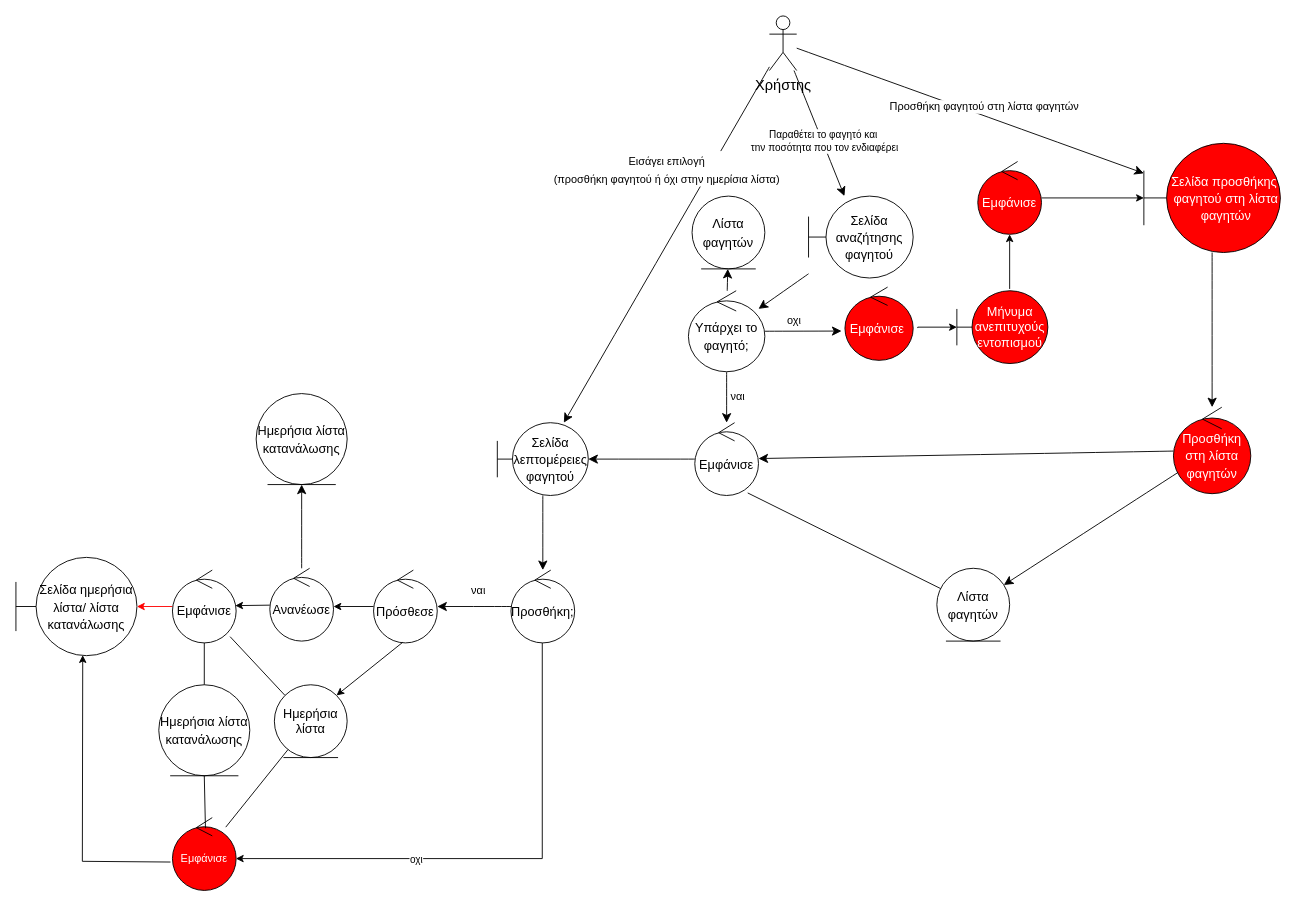
Before: ΤΕΤΑΡΤΟ ΠΑΡΑΔΟΤΕΟ/Διορθώσεις προηγούμενων παραδοτέων/Καινούργια robustness/rd_αναζητηση_προσθηκη_φαγητου_v0.2.drawio in Dionkaps/Eu-Zin, a draw.io diagram. Source tidied: cells renumbered, new cells numbered last; positions are measured from the earlier drawing's top-left corner, leaving out a move shared by most shapes. Both pictures are drawn from the tidied source at 91%, with x=0, y=0 at pixel (15, 15).
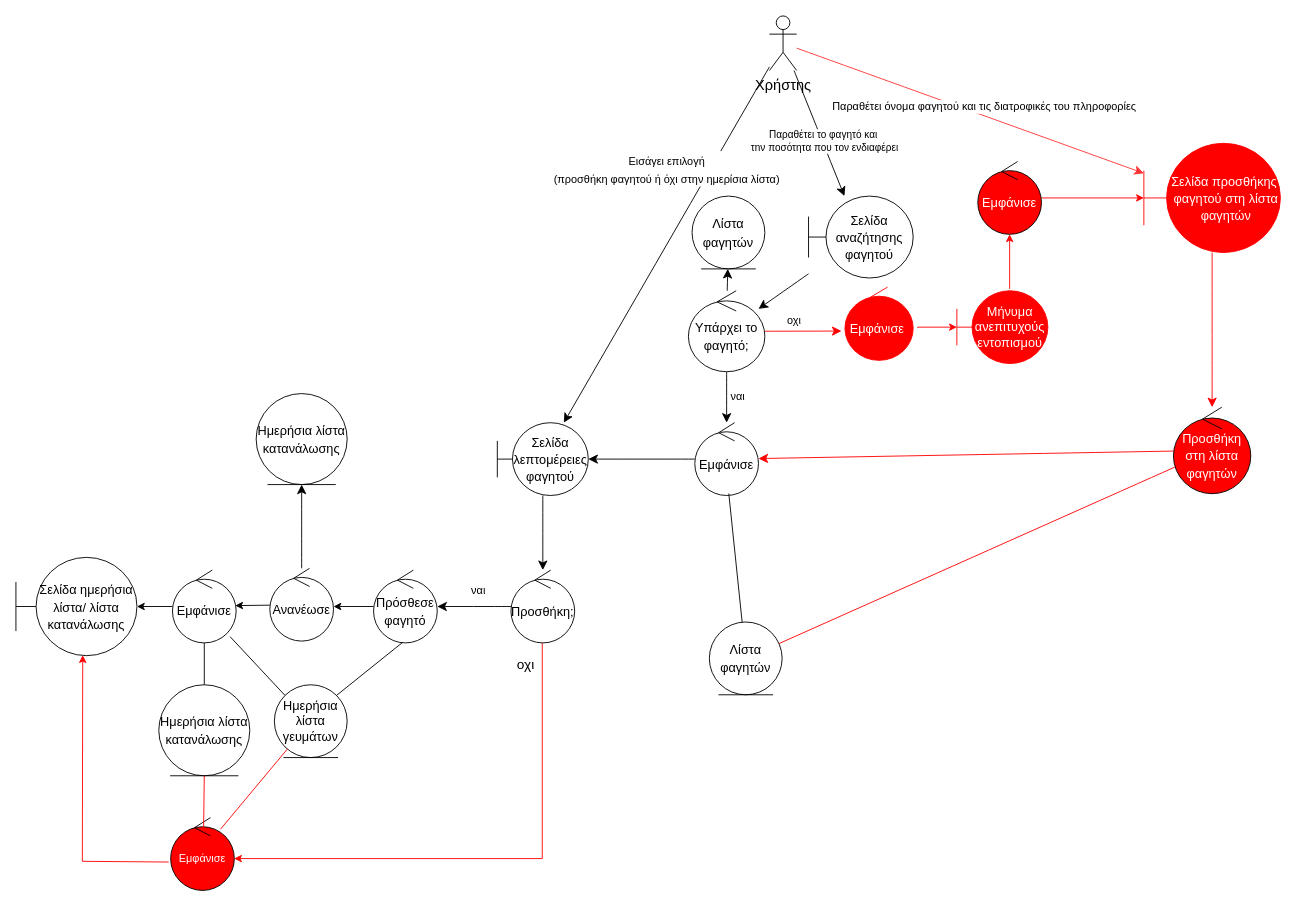
The same diagram, later.

The change refers to these unchanged cells:
```xml
<mxCell id="8" value="Χρήστης" style="shape=umlActor;verticalLabelPosition=bottom;verticalAlign=top;html=1;fontSize=16;fontColor=#000000;" parent="1" vertex="1">
  <mxGeometry x="828" width="30" height="60" as="geometry" />
</mxCell>
<mxCell id="14" value="&lt;font style=&quot;font-size: 14px;&quot;&gt;Υπάρχει το φαγητό;&lt;/font&gt;" style="ellipse;shape=umlControl;whiteSpace=wrap;html=1;fontSize=16;strokeColor=#000000;fontColor=#000000;" parent="1" vertex="1">
  <mxGeometry x="739" y="302" width="84" height="89" as="geometry" />
</mxCell>
<mxCell id="16" value="&lt;font style=&quot;font-size: 14px;&quot;&gt;Εμφάνισε&lt;/font&gt;" style="ellipse;shape=umlControl;whiteSpace=wrap;html=1;fontSize=16;strokeColor=#000000;fontColor=#000000;" parent="1" vertex="1">
  <mxGeometry x="746" y="447" width="70" height="80" as="geometry" />
</mxCell>
<mxCell id="26" value="&lt;font style=&quot;font-size: 14px;&quot;&gt;Σελίδα ημερήσια λίστα/ λίστα κατανάλωσης&lt;/font&gt;" style="shape=umlBoundary;whiteSpace=wrap;html=1;fontSize=16;strokeColor=#000000;fontColor=#000000;" parent="1" vertex="1">
  <mxGeometry y="595" width="133" height="108" as="geometry" />
</mxCell>
<mxCell id="33" value="&lt;font style=&quot;font-size: 14px;&quot;&gt;Προσθήκη στη λίστα φαγητών&lt;/font&gt;" style="ellipse;shape=umlControl;whiteSpace=wrap;html=1;fontSize=16;fontColor=#FFFFFF;fillColor=#FF0000;" parent="1" vertex="1">
  <mxGeometry x="1272" y="430" width="85" height="95" as="geometry" />
</mxCell>
<mxCell id="36" value="&lt;font style=&quot;font-size: 14px;&quot;&gt;Εμφάνισε&lt;/font&gt;" style="ellipse;shape=umlControl;whiteSpace=wrap;html=1;strokeColor=#000000;fontColor=#000000;" parent="1" vertex="1">
  <mxGeometry x="172" y="609" width="70" height="80" as="geometry" />
</mxCell>
<mxCell id="40" value="&lt;font style=&quot;font-size: 14px;&quot;&gt;Εμφάνισε&lt;/font&gt;" style="ellipse;shape=umlControl;whiteSpace=wrap;html=1;fontColor=#FFFFFF;fillColor=#FF0000;" parent="1" vertex="1">
  <mxGeometry x="1057" y="160" width="70" height="80" as="geometry" />
</mxCell>
<mxCell id="52" value="&lt;font style=&quot;font-size: 14px;&quot;&gt;Ημερήσια λίστα κατανάλωσης&lt;/font&gt;" style="ellipse;shape=umlEntity;whiteSpace=wrap;html=1;fontSize=16;strokeColor=#000000;fontColor=#000000;" parent="1" vertex="1">
  <mxGeometry x="157" y="735" width="100" height="100" as="geometry" />
</mxCell>
```

The edit, as a diff of the source:
```diff
@@
-    <mxCell id="2" style="edgeStyle=none;curved=1;rounded=0;jettySize=auto;html=1;fontSize=13;startSize=8;endSize=8;fontColor=#000000;strokeColor=#000000;" parent="1" edge="1" source="8" target="30">
+    <mxCell id="2" style="edgeStyle=none;curved=1;rounded=0;jettySize=auto;html=1;fontSize=13;startSize=8;endSize=8;fontColor=#000000;strokeColor=#FF3333;" parent="1" edge="1" source="8" target="30">
       <mxGeometry x="0.53" y="64" relative="1" as="geometry" />
     </mxCell>
-    <mxCell id="3" value="&lt;font style=&quot;font-size: 12px;&quot;&gt;Προσθήκη φαγητού στη λίστα φαγητών&lt;/font&gt;" style="edgeLabel;html=1;align=center;verticalAlign=middle;rotation=0;fontColor=#000000;" parent="2" vertex="1">
+    <mxCell id="3" value="&lt;font style=&quot;font-size: 12px;&quot;&gt;Παραθέτει όνομα φαγητού και τις διατροφικές του πληροφορίες&lt;/font&gt;" style="edgeLabel;html=1;align=center;verticalAlign=middle;rotation=0;fontColor=#000000;" parent="2" vertex="1">
       <mxGeometry x="0.34" y="-2" relative="1" as="geometry">
         <mxPoint x="-50" y="-30" as="offset" />
       </mxGeometry>
     </mxCell>
@@
-    <mxCell id="13" value="&lt;font style=&quot;font-size: 12px;&quot;&gt;οχι&lt;/font&gt;" style="edgeStyle=none;curved=1;rounded=0;jettySize=auto;html=1;fontSize=12;startSize=8;endSize=8;entryX=-0.05;entryY=0.6;entryDx=0;entryDy=0;entryPerimeter=0;fontColor=#000000;" parent="1" edge="1" source="14" target="28">
+    <mxCell id="13" value="&lt;font style=&quot;font-size: 12px;&quot;&gt;οχι&lt;/font&gt;" style="edgeStyle=none;curved=1;rounded=0;jettySize=auto;html=1;fontSize=12;startSize=8;endSize=8;entryX=-0.05;entryY=0.6;entryDx=0;entryDy=0;entryPerimeter=0;fontColor=#000000;strokeColor=#FF0000;" parent="1" edge="1" source="14" target="28">
       <mxGeometry x="-0.23" y="11" relative="1" as="geometry" />
     </mxCell>
@@
-    <mxCell id="21" style="edgeStyle=orthogonalEdgeStyle;rounded=0;jettySize=auto;html=1;strokeColor=#000000;fontColor=#000000;endArrow=classic;endFill=1;" parent="1" edge="1" target="49">
+    <mxCell id="21" style="edgeStyle=orthogonalEdgeStyle;rounded=0;jettySize=auto;html=1;strokeColor=#FF0000;fontColor=#000000;endArrow=classic;endFill=1;" parent="1" edge="1" target="49">
       <mxGeometry relative="1" as="geometry">
         <mxPoint x="578.4" y="689" as="sourcePoint" />
         <Array as="points">
           <mxPoint x="578" y="926" />
         </Array>
       </mxGeometry>
     </mxCell>
-    <mxCell id="22" value="οχι" style="edgeLabel;html=1;align=center;verticalAlign=middle;fontColor=#000000;" parent="21" vertex="1">
+    <mxCell id="22" value="οχι" style="edgeLabel;html=1;align=center;verticalAlign=middle;fontColor=#000000;fontSize=15;" parent="21" vertex="1">
       <mxGeometry x="-0.11" y="-1" relative="1" as="geometry">
-        <mxPoint x="-121" y="1" as="offset" />
+        <mxPoint y="-214" as="offset" />
       </mxGeometry>
     </mxCell>
@@
-    <mxCell id="25" value="&lt;font style=&quot;font-size: 14px;&quot;&gt;Πρόσθεσε&lt;/font&gt;" style="ellipse;shape=umlControl;whiteSpace=wrap;html=1;fontSize=16;strokeColor=#000000;fontColor=#000000;" parent="1" vertex="1">
+    <mxCell id="25" value="&lt;font style=&quot;font-size: 14px;&quot;&gt;Πρόσθεσε φαγητό&lt;/font&gt;" style="ellipse;shape=umlControl;whiteSpace=wrap;html=1;fontSize=16;strokeColor=#000000;fontColor=#000000;" parent="1" vertex="1">
       <mxGeometry x="393" y="609" width="70" height="80" as="geometry" />
     </mxCell>
@@
-    <mxCell id="27" style="edgeStyle=orthogonalEdgeStyle;rounded=0;jettySize=auto;html=1;fontColor=#000000;" parent="1" edge="1" target="38">
+    <mxCell id="27" style="edgeStyle=orthogonalEdgeStyle;rounded=0;jettySize=auto;html=1;fontColor=#000000;strokeColor=#FF0000;" parent="1" edge="1" target="38">
       <mxGeometry relative="1" as="geometry">
         <mxPoint x="991" y="343" as="sourcePoint" />
         <Array as="points">
           <mxPoint x="991" y="342" />
         </Array>
       </mxGeometry>
     </mxCell>
-    <mxCell id="28" value="&lt;font style=&quot;font-size: 14px;&quot;&gt;Εμφάνισε&amp;nbsp;&lt;/font&gt;" style="ellipse;shape=umlControl;whiteSpace=wrap;html=1;fontSize=16;fontColor=#FFFFFF;fillColor=#FF0000;" parent="1" vertex="1">
+    <mxCell id="28" value="&lt;font style=&quot;font-size: 14px;&quot;&gt;Εμφάνισε&amp;nbsp;&lt;/font&gt;" style="ellipse;shape=umlControl;whiteSpace=wrap;html=1;fontSize=16;fontColor=#FFFFFF;fillColor=#FF0000;strokeColor=#FF0000;" parent="1" vertex="1">
       <mxGeometry x="911" y="298" width="75" height="80.5" as="geometry" />
     </mxCell>
-    <mxCell id="29" style="edgeStyle=none;curved=1;rounded=0;jettySize=auto;html=1;fontSize=12;startSize=8;endSize=8;fontColor=#000000;" parent="1" edge="1" source="30" target="33">
+    <mxCell id="29" style="edgeStyle=none;curved=1;rounded=0;jettySize=auto;html=1;fontSize=12;startSize=8;endSize=8;fontColor=#000000;strokeColor=#FF0000;" parent="1" edge="1" source="30" target="33">
       <mxGeometry relative="1" as="geometry" />
     </mxCell>
-    <mxCell id="30" value="&lt;font style=&quot;font-size: 14px;&quot;&gt;Σελίδα προσθήκης&amp;nbsp; φαγητού στη λίστα φαγητών&lt;/font&gt;" style="shape=umlBoundary;fontSize=16;html=1;whiteSpace=wrap;horizontal=1;labelBackgroundColor=none;labelBorderColor=none;spacingTop=0;spacing=0;spacingRight=0;spacingLeft=5;fontColor=#FFFFFF;fillColor=#FF0000;" parent="1" vertex="1">
+    <mxCell id="30" value="&lt;font style=&quot;font-size: 14px;&quot;&gt;Σελίδα προσθήκης&amp;nbsp; φαγητού στη λίστα φαγητών&lt;/font&gt;" style="shape=umlBoundary;fontSize=16;html=1;whiteSpace=wrap;horizontal=1;labelBackgroundColor=none;labelBorderColor=none;spacingTop=0;spacing=0;spacingRight=0;spacingLeft=5;fontColor=#FFFFFF;fillColor=#FF0000;strokeColor=#FF0000;" parent="1" vertex="1">
       <mxGeometry x="1239.5" y="140" width="150" height="120" as="geometry" />
     </mxCell>
-    <mxCell id="31" style="edgeStyle=none;curved=1;rounded=0;jettySize=auto;html=1;fontSize=12;startSize=8;endSize=8;fontColor=#000000;" parent="1" edge="1" source="33" target="34">
+    <mxCell id="31" style="edgeStyle=none;curved=1;rounded=0;jettySize=auto;html=1;fontSize=12;startSize=8;endSize=8;fontColor=#000000;strokeColor=#FF0000;endArrow=none;endFill=0;" parent="1" edge="1" source="33" target="34">
       <mxGeometry relative="1" as="geometry" />
     </mxCell>
-    <mxCell id="32" style="edgeStyle=none;curved=1;rounded=0;jettySize=auto;html=1;fontSize=12;startSize=8;endSize=8;fontColor=#000000;" parent="1" edge="1" source="33" target="16">
+    <mxCell id="32" style="edgeStyle=none;curved=1;rounded=0;jettySize=auto;html=1;fontSize=12;startSize=8;endSize=8;fontColor=#000000;strokeColor=#FF0000;" parent="1" edge="1" source="33" target="16">
       <mxGeometry relative="1" as="geometry" />
     </mxCell>
@@
-    <mxCell id="34" value="&lt;font style=&quot;font-size: 14px;&quot;&gt;Λίστα φαγητών&lt;/font&gt;" style="ellipse;shape=umlEntity;whiteSpace=wrap;html=1;fontSize=16;fontColor=#000000;" parent="1" vertex="1">
-      <mxGeometry x="1012" y="607" width="80" height="80" as="geometry" />
+    <mxCell id="34" value="&lt;font style=&quot;font-size: 14px;&quot;&gt;Λίστα φαγητών&lt;/font&gt;" style="ellipse;shape=umlEntity;whiteSpace=wrap;html=1;fontSize=16;fontColor=#000000;strokeColor=#000000;" parent="1" vertex="1">
+      <mxGeometry x="762" y="666" width="80" height="80" as="geometry" />
     </mxCell>
-    <mxCell id="35" style="rounded=0;jettySize=auto;html=1;strokeColor=#FF0000;fontColor=#000000;" parent="1" edge="1" source="36" target="26">
+    <mxCell id="35" style="rounded=0;jettySize=auto;html=1;strokeColor=#000000;fontColor=#000000;" parent="1" edge="1" source="36" target="26">
       <mxGeometry relative="1" as="geometry" />
     </mxCell>
@@
-    <mxCell id="37" style="rounded=0;jettySize=auto;html=1;fontColor=#000000;" parent="1" edge="1" target="40">
+    <mxCell id="37" style="rounded=0;jettySize=auto;html=1;fontColor=#000000;strokeColor=#FF0000;" parent="1" edge="1" target="40">
       <mxGeometry relative="1" as="geometry">
         <mxPoint x="1092" y="300" as="sourcePoint" />
       </mxGeometry>
     </mxCell>
-    <mxCell id="38" value="&lt;font style=&quot;font-size: 14px;&quot;&gt;Mήνυμα ανεπιτυχούς εντοπισμού&lt;/font&gt;" style="shape=umlBoundary;whiteSpace=wrap;html=1;fontColor=#FFFFFF;fillColor=#FF0000;" parent="1" vertex="1">
+    <mxCell id="38" value="&lt;font style=&quot;font-size: 14px;&quot;&gt;Mήνυμα ανεπιτυχούς εντοπισμού&lt;/font&gt;" style="shape=umlBoundary;whiteSpace=wrap;html=1;fontColor=#FFFFFF;fillColor=#FF0000;strokeColor=#FF0000;" parent="1" vertex="1">
       <mxGeometry x="1034" y="302" width="100" height="80" as="geometry" />
     </mxCell>
-    <mxCell id="39" style="edgeStyle=none;rounded=0;jettySize=auto;html=1;fontColor=#000000;strokeColor=#000000;" parent="1" edge="1" source="40" target="30">
+    <mxCell id="39" style="edgeStyle=none;rounded=0;jettySize=auto;html=1;fontColor=#000000;strokeColor=#FF0000;" parent="1" edge="1" source="40" target="30">
       <mxGeometry relative="1" as="geometry" />
     </mxCell>
@@
-    <mxCell id="45" style="endArrow=none;html=1;rounded=0;strokeColor=#000000;fontColor=#000000;entryX=0.831;entryY=0.965;entryDx=0;entryDy=0;entryPerimeter=0;endFill=0;" parent="1" edge="1" source="34" target="16">
+    <mxCell id="45" style="endArrow=none;html=1;rounded=0;strokeColor=#000000;fontColor=#000000;entryX=0.534;entryY=0.974;entryDx=0;entryDy=0;entryPerimeter=0;endFill=0;" parent="1" edge="1" source="34" target="16">
       <mxGeometry relative="1" as="geometry" />
     </mxCell>
@@
-    <mxCell id="47" value="&lt;font style=&quot;font-size: 14px;&quot;&gt;Ημερήσια λίστα&lt;/font&gt;" style="ellipse;shape=umlEntity;whiteSpace=wrap;html=1;fontColor=#000000;strokeColor=#000000;" parent="1" vertex="1">
+    <mxCell id="47" value="&lt;font style=&quot;font-size: 14px;&quot;&gt;Ημερήσια λίστα γευμάτων&lt;/font&gt;" style="ellipse;shape=umlEntity;whiteSpace=wrap;html=1;fontColor=#000000;strokeColor=#000000;" parent="1" vertex="1">
       <mxGeometry x="284" y="735" width="80" height="80" as="geometry" />
     </mxCell>
-    <mxCell id="48" style="rounded=0;jettySize=auto;html=1;strokeColor=#000000;fontColor=#000000;endArrow=none;endFill=0;" parent="1" edge="1" source="49" target="47">
+    <mxCell id="48" style="rounded=0;jettySize=auto;html=1;strokeColor=#FF0000;fontColor=#000000;endArrow=none;endFill=0;exitX=0.783;exitY=0.159;exitDx=0;exitDy=0;exitPerimeter=0;" parent="1" edge="1" source="49" target="47">
       <mxGeometry relative="1" as="geometry" />
     </mxCell>
     <mxCell id="49" value="&lt;font color=&quot;#ffffff&quot;&gt;Εμφάνισε&lt;/font&gt;" style="ellipse;shape=umlControl;whiteSpace=wrap;html=1;fontColor=#000000;fillColor=#FF0000;" parent="1" vertex="1">
-      <mxGeometry x="172" y="881" width="70" height="80" as="geometry" />
+      <mxGeometry x="170" y="881" width="70" height="80" as="geometry" />
     </mxCell>
-    <mxCell id="50" style="endArrow=classic;html=1;rounded=0;strokeColor=#000000;fontColor=#000000;entryX=0.552;entryY=0.995;entryDx=0;entryDy=0;entryPerimeter=0;exitX=-0.031;exitY=0.61;exitDx=0;exitDy=0;exitPerimeter=0;" parent="1" edge="1" source="49" target="26">
+    <mxCell id="50" style="endArrow=classic;html=1;rounded=0;strokeColor=#FF0000;fontColor=#000000;entryX=0.552;entryY=0.995;entryDx=0;entryDy=0;entryPerimeter=0;exitX=-0.031;exitY=0.61;exitDx=0;exitDy=0;exitPerimeter=0;" parent="1" edge="1" source="49" target="26">
       <mxGeometry relative="1" as="geometry">
         <Array as="points">
           <mxPoint x="73" y="929" />
         </Array>
       </mxGeometry>
     </mxCell>
-    <mxCell id="51" style="endArrow=classic;html=1;rounded=0;strokeColor=#000000;fontColor=#000000;exitX=0.457;exitY=0.992;exitDx=0;exitDy=0;endFill=1;exitPerimeter=0;entryX=1;entryY=0;entryDx=0;entryDy=0;" parent="1" edge="1" source="25" target="47">
+    <mxCell id="51" style="endArrow=none;html=1;rounded=0;strokeColor=#000000;fontColor=#000000;exitX=0.457;exitY=0.992;exitDx=0;exitDy=0;endFill=0;exitPerimeter=0;entryX=1;entryY=0;entryDx=0;entryDy=0;" parent="1" edge="1" source="25" target="47">
       <mxGeometry relative="1" as="geometry" />
     </mxCell>
@@
-    <mxCell id="53" style="endArrow=none;html=1;rounded=0;entryX=0.518;entryY=0.146;entryDx=0;entryDy=0;entryPerimeter=0;exitX=0.5;exitY=1;exitDx=0;exitDy=0;fontColor=#000000;" parent="1" edge="1" source="52" target="49">
+    <mxCell id="53" style="endArrow=none;html=1;rounded=0;entryX=0.518;entryY=0.146;entryDx=0;entryDy=0;entryPerimeter=0;exitX=0.5;exitY=1;exitDx=0;exitDy=0;fontColor=#000000;strokeColor=#FF0000;" parent="1" edge="1" source="52" target="49">
       <mxGeometry relative="1" as="geometry" />
     </mxCell>
```
